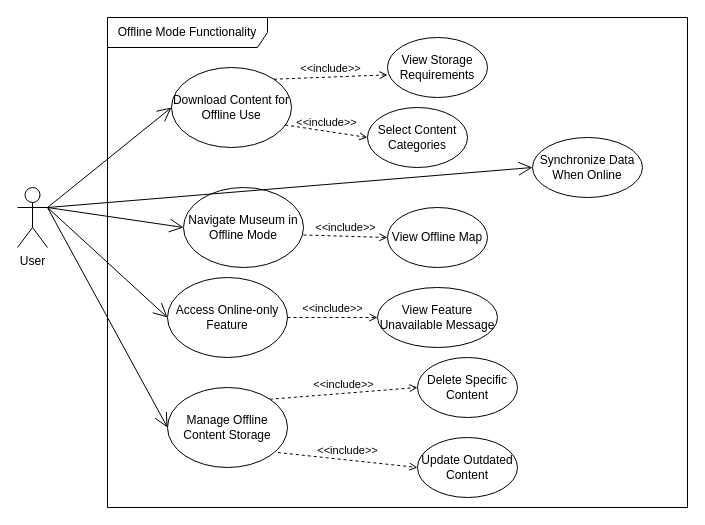
Above: Use Case Diagrams/Offline Mode Functionality.drawio in gsklaven/MusePath (draw.io), before the change. Source tidied: cells renumbered, new cells numbered last; positions are measured from the earlier drawing's top-left corner, leaving out a move shared by most shapes. Both pictures are drawn from the tidied source at 100%, with x=0, y=0 at pixel (17, 17).
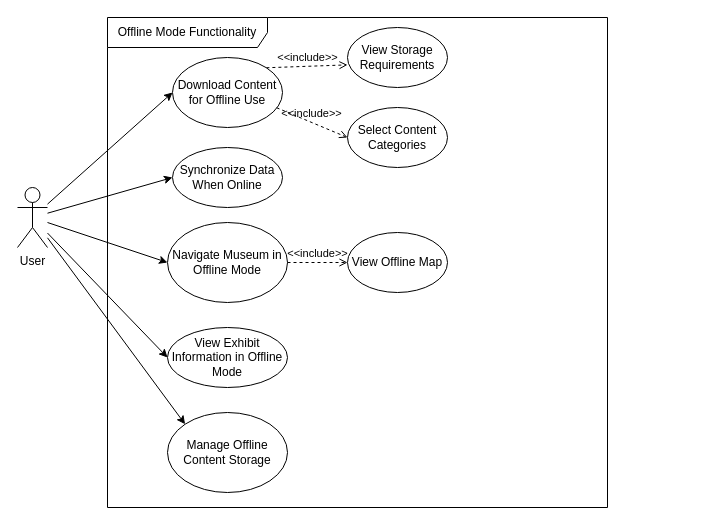
The same page after the edit.

Commit message (it also covers changes not shown here):
fix offline diagram

Unchanged cells that the change refers to:
```xml
<mxCell id="20" value="User" style="shape=umlActor;verticalLabelPosition=bottom;verticalAlign=top;html=1;" parent="1" vertex="1">
  <mxGeometry y="170" width="30" height="60" as="geometry" />
</mxCell>
```

Change to the diagram source:
```diff
@@
     <mxCell id="2" value="Offline Mode Functionality" style="shape=umlFrame;whiteSpace=wrap;html=1;width=160;" parent="1" vertex="1">
-      <mxGeometry x="90" width="580" height="490" as="geometry" />
+      <mxGeometry x="90" width="500" height="490" as="geometry" />
     </mxCell>
     <mxCell id="3" value="Download Content for Offline Use" style="ellipse;whiteSpace=wrap;html=1;" parent="2" vertex="1">
-      <mxGeometry x="64" y="50" width="120" height="80" as="geometry" />
+      <mxGeometry x="65" y="40" width="110" height="70" as="geometry" />
     </mxCell>
     <mxCell id="4" value="View Storage Requirements" style="ellipse;whiteSpace=wrap;html=1;" parent="2" vertex="1">
-      <mxGeometry x="280" y="20" width="100" height="60" as="geometry" />
+      <mxGeometry x="240" y="10" width="100" height="60" as="geometry" />
     </mxCell>
     <mxCell id="5" value="Select Content Categories" style="ellipse;whiteSpace=wrap;html=1;" parent="2" vertex="1">
-      <mxGeometry x="260" y="90" width="100" height="60" as="geometry" />
+      <mxGeometry x="240" y="90" width="100" height="60" as="geometry" />
     </mxCell>
     <mxCell id="6" value="Navigate Museum in Offline Mode" style="ellipse;whiteSpace=wrap;html=1;" parent="2" vertex="1">
-      <mxGeometry x="76" y="170" width="120" height="80" as="geometry" />
+      <mxGeometry x="60" y="205" width="120" height="80" as="geometry" />
     </mxCell>
     <mxCell id="7" value="View Offline Map" style="ellipse;whiteSpace=wrap;html=1;" parent="2" vertex="1">
-      <mxGeometry x="280" y="190" width="100" height="60" as="geometry" />
+      <mxGeometry x="240" y="215" width="100" height="60" as="geometry" />
     </mxCell>
-    <mxCell id="8" value="Access Online-only Feature" style="ellipse;whiteSpace=wrap;html=1;" parent="2" vertex="1">
-      <mxGeometry x="60" y="260" width="120" height="80" as="geometry" />
-    </mxCell>
-    <mxCell id="9" value="View Feature Unavailable Message" style="ellipse;whiteSpace=wrap;html=1;" parent="2" vertex="1">
-      <mxGeometry x="270" y="270" width="120" height="60" as="geometry" />
+    <mxCell id="9" value="View Exhibit Information in Offline Mode" style="ellipse;whiteSpace=wrap;html=1;" parent="2" vertex="1">
+      <mxGeometry x="60" y="310" width="120" height="60" as="geometry" />
     </mxCell>
-    <mxCell id="10" value="Synchronize Data When Online" style="ellipse;whiteSpace=wrap;html=1;" parent="2" vertex="1">
-      <mxGeometry x="425" y="120" width="110" height="60" as="geometry" />
+    <mxCell id="10" value="&lt;div&gt;&lt;span style=&quot;background-color: transparent; color: light-dark(rgb(0, 0, 0), rgb(255, 255, 255));&quot;&gt;Synchronize Data When Online&lt;/span&gt;&lt;/div&gt;" style="ellipse;whiteSpace=wrap;html=1;" parent="2" vertex="1">
+      <mxGeometry x="65" y="130" width="110" height="60" as="geometry" />
     </mxCell>
     <mxCell id="11" value="Manage Offline Content Storage" style="ellipse;whiteSpace=wrap;html=1;" parent="2" vertex="1">
-      <mxGeometry x="60" y="370" width="120" height="80" as="geometry" />
+      <mxGeometry x="60" y="395" width="120" height="80" as="geometry" />
     </mxCell>
-    <mxCell id="12" value="Delete Specific Content" style="ellipse;whiteSpace=wrap;html=1;" parent="2" vertex="1">
-      <mxGeometry x="310" y="340" width="100" height="60" as="geometry" />
-    </mxCell>
-    <mxCell id="13" value="Update Outdated Content" style="ellipse;whiteSpace=wrap;html=1;" parent="2" vertex="1">
-      <mxGeometry x="310" y="420" width="100" height="60" as="geometry" />
-    </mxCell>
@@
-    <mxCell id="16" value="&amp;lt;&amp;lt;include&amp;gt;&amp;gt;" style="html=1;verticalAlign=bottom;labelBackgroundColor=none;endArrow=open;endFill=0;dashed=1;rounded=0;entryX=0;entryY=0.5;entryDx=0;entryDy=0;exitX=1;exitY=0;exitDx=0;exitDy=0;" parent="2" edge="1" target="7">
-      <mxGeometry relative="1" as="geometry">
-        <mxPoint x="196" y="217.5" as="sourcePoint" />
-      </mxGeometry>
+    <mxCell id="16" value="&amp;lt;&amp;lt;include&amp;gt;&amp;gt;" style="html=1;verticalAlign=bottom;labelBackgroundColor=none;endArrow=open;endFill=0;dashed=1;rounded=0;entryX=0;entryY=0.5;entryDx=0;entryDy=0;exitX=1;exitY=0.5;exitDx=0;exitDy=0;" parent="2" edge="1" source="6" target="7">
+      <mxGeometry relative="1" as="geometry" />
     </mxCell>
-    <mxCell id="17" value="&amp;lt;&amp;lt;include&amp;gt;&amp;gt;" style="html=1;verticalAlign=bottom;labelBackgroundColor=none;endArrow=open;endFill=0;dashed=1;rounded=0;entryX=0;entryY=0.5;entryDx=0;entryDy=0;exitX=1;exitY=0.5;exitDx=0;exitDy=0;" parent="2" edge="1" source="8" target="9">
-      <mxGeometry relative="1" as="geometry" />
-    </mxCell>
-    <mxCell id="18" value="&amp;lt;&amp;lt;include&amp;gt;&amp;gt;" style="html=1;verticalAlign=bottom;labelBackgroundColor=none;endArrow=open;endFill=0;dashed=1;rounded=0;entryX=0;entryY=0.5;entryDx=0;entryDy=0;exitX=1;exitY=0;exitDx=0;exitDy=0;" parent="2" edge="1" source="11" target="12">
-      <mxGeometry relative="1" as="geometry" />
-    </mxCell>
-    <mxCell id="19" value="&amp;lt;&amp;lt;include&amp;gt;&amp;gt;" style="html=1;verticalAlign=bottom;labelBackgroundColor=none;endArrow=open;endFill=0;dashed=1;rounded=0;entryX=0;entryY=0.5;entryDx=0;entryDy=0;exitX=0.92;exitY=0.813;exitDx=0;exitDy=0;exitPerimeter=0;" parent="2" edge="1" source="11" target="13">
-      <mxGeometry relative="1" as="geometry" />
-    </mxCell>
@@
-    <mxCell id="21" style="endArrow=open;endFill=1;endSize=12;html=1;rounded=0;exitX=1;exitY=0.3333333333333333;exitDx=0;exitDy=0;exitPerimeter=0;entryX=0;entryY=0.5;entryDx=0;entryDy=0;" parent="1" edge="1" source="20" target="3">
+    <mxCell id="21" style="endArrow=classic;html=1;rounded=0;entryX=0;entryY=0.5;entryDx=0;entryDy=0;" parent="1" edge="1" source="20" target="3">
       <mxGeometry relative="1" as="geometry" />
     </mxCell>
-    <mxCell id="22" style="endArrow=open;endFill=1;endSize=12;html=1;rounded=0;exitX=1;exitY=0.3333333333333333;exitDx=0;exitDy=0;exitPerimeter=0;entryX=0;entryY=0.5;entryDx=0;entryDy=0;" parent="1" edge="1" source="20" target="6">
+    <mxCell id="22" style="endArrow=classic;html=1;rounded=0;entryX=0;entryY=0.5;entryDx=0;entryDy=0;" parent="1" edge="1" source="20" target="6">
       <mxGeometry relative="1" as="geometry" />
     </mxCell>
-    <mxCell id="23" style="endArrow=open;endFill=1;endSize=12;html=1;rounded=0;exitX=1;exitY=0.3333333333333333;exitDx=0;exitDy=0;exitPerimeter=0;entryX=0;entryY=0.5;entryDx=0;entryDy=0;" parent="1" edge="1" source="20" target="8">
-      <mxGeometry relative="1" as="geometry" />
-    </mxCell>
+    <mxCell id="26" style="endArrow=classic;html=1;rounded=0;entryX=0;entryY=0.5;entryDx=0;entryDy=0;" parent="1" edge="1" source="20" target="9">
+      <mxGeometry relative="1" as="geometry" />
+    </mxCell>
-    <mxCell id="24" style="endArrow=open;endFill=1;endSize=12;html=1;rounded=0;exitX=1;exitY=0.3333333333333333;exitDx=0;exitDy=0;exitPerimeter=0;entryX=0;entryY=0.5;entryDx=0;entryDy=0;" parent="1" edge="1" source="20" target="11">
+    <mxCell id="24" style="endArrow=classic;html=1;rounded=0;entryX=0;entryY=0;entryDx=0;entryDy=0;" parent="1" edge="1" source="20" target="11">
       <mxGeometry relative="1" as="geometry" />
     </mxCell>
-    <mxCell id="25" style="endArrow=open;endFill=1;endSize=12;html=1;rounded=0;exitX=1;exitY=0.3333333333333333;exitDx=0;exitDy=0;exitPerimeter=0;entryX=0;entryY=0.5;entryDx=0;entryDy=0;" parent="1" edge="1" source="20" target="10">
+    <mxCell id="25" style="endArrow=classic;html=1;rounded=0;entryX=0;entryY=0.5;entryDx=0;entryDy=0;" parent="1" edge="1" source="20" target="10">
       <mxGeometry relative="1" as="geometry" />
     </mxCell>
```
